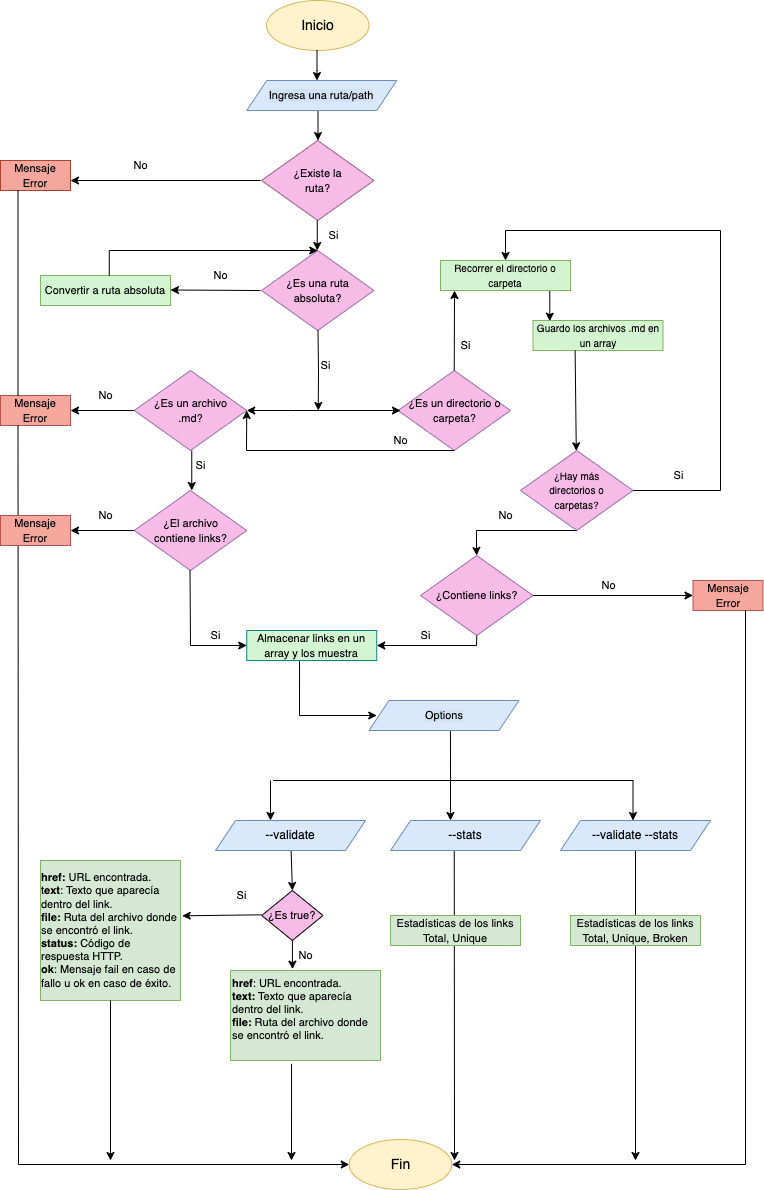
Above: images/diagramadeflujo.png in claudiaoj/DEV007-md-links (draw.io), before the change. Source tidied: cells renumbered, new cells last; positions are measured from the earlier drawing's top-left corner, leaving out a move shared by most shapes.
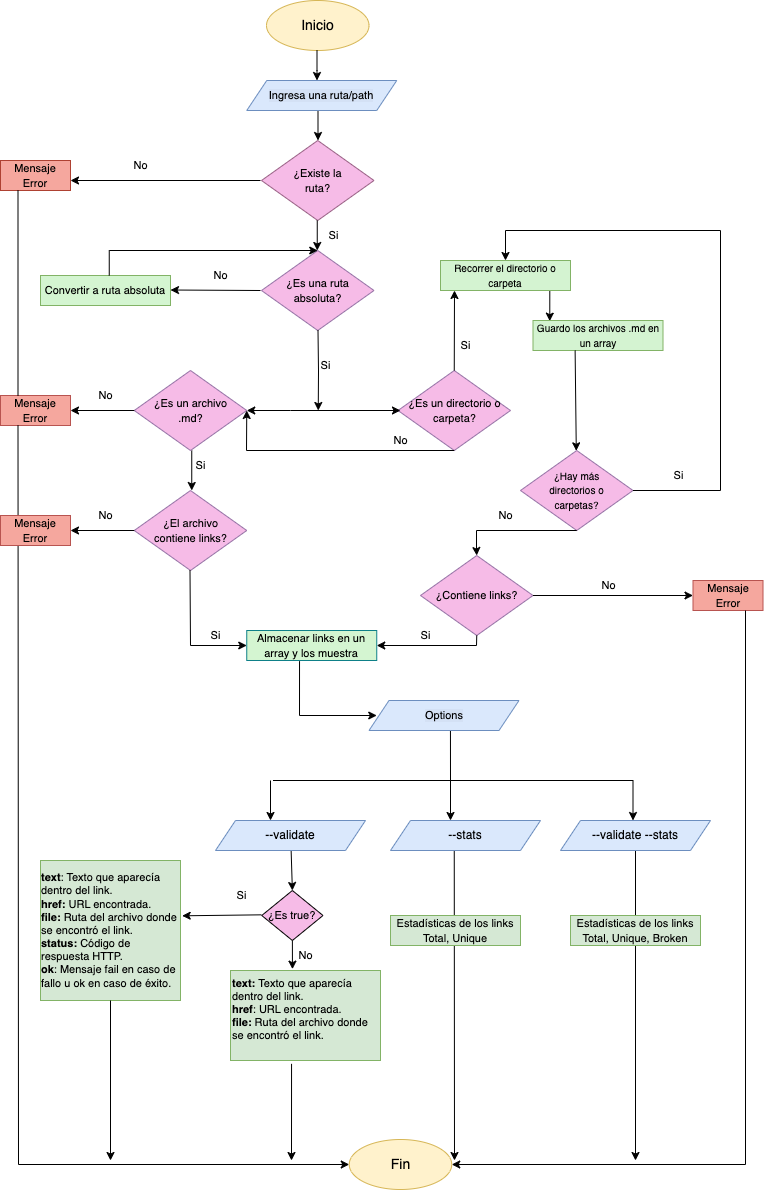
After the commit.

Commit message:
cambia orden cli y df

Diff of the diagram source:
```diff
@@ -174,10 +174,10 @@
         <mxPoint x="261" y="914.3" as="sourcePoint" />
       </mxGeometry>
     </mxCell>
-    <mxCell id="42" value="&lt;div style=&quot;border-color: var(--border-color); color: rgb(0, 0, 0); font-family: Helvetica; font-style: normal; font-variant-ligatures: normal; font-variant-caps: normal; font-weight: 400; letter-spacing: normal; orphans: 2; text-align: left; text-indent: 0px; text-transform: none; widows: 2; word-spacing: 0px; -webkit-text-stroke-width: 0px; text-decoration-thickness: initial; text-decoration-style: initial; text-decoration-color: initial; font-size: 11px;&quot;&gt;&lt;font style=&quot;border-color: var(--border-color); font-size: 11px; background-color: rgb(213, 232, 212);&quot;&gt;&lt;b style=&quot;border-color: var(--border-color);&quot;&gt;href:&lt;span style=&quot;border-color: var(--border-color);&quot;&gt;&amp;nbsp;&lt;/span&gt;&lt;/b&gt;&lt;span style=&quot;border-color: var(--border-color);&quot;&gt;URL encontrada.&lt;/span&gt;&lt;/font&gt;&lt;/div&gt;&lt;font style=&quot;border-color: var(--border-color); color: rgb(0, 0, 0); font-family: Helvetica; font-style: normal; font-variant-ligatures: normal; font-variant-caps: normal; font-weight: 400; letter-spacing: normal; orphans: 2; text-align: left; text-indent: 0px; text-transform: none; widows: 2; word-spacing: 0px; -webkit-text-stroke-width: 0px; text-decoration-thickness: initial; text-decoration-style: initial; text-decoration-color: initial; background-color: rgb(251, 251, 251); font-size: 11px;&quot;&gt;&lt;span style=&quot;border-color: var(--border-color); background-color: initial;&quot;&gt;&lt;div style=&quot;border-color: var(--border-color);&quot;&gt;&lt;span style=&quot;border-color: var(--border-color); background-color: initial;&quot;&gt;t&lt;/span&gt;&lt;b style=&quot;border-color: var(--border-color); background-color: initial;&quot;&gt;ext&lt;/b&gt;&lt;span style=&quot;border-color: var(--border-color); background-color: initial;&quot;&gt;: Texto que aparecía dentro del link.&lt;/span&gt;&lt;/div&gt;&lt;/span&gt;&lt;b style=&quot;border-color: var(--border-color); background-color: initial;&quot;&gt;&lt;div style=&quot;border-color: var(--border-color);&quot;&gt;&lt;b style=&quot;border-color: var(--border-color); background-color: initial;&quot;&gt;file:&lt;/b&gt;&lt;span style=&quot;border-color: var(--border-color); background-color: initial; font-weight: normal;&quot;&gt;&lt;span style=&quot;border-color: var(--border-color);&quot;&gt;&amp;nbsp;&lt;/span&gt;Ruta del archivo donde se encontró el link.&lt;/span&gt;&lt;/div&gt;&lt;/b&gt;&lt;b style=&quot;border-color: var(--border-color); background-color: initial;&quot;&gt;&lt;div style=&quot;border-color: var(--border-color);&quot;&gt;&lt;b style=&quot;border-color: var(--border-color); background-color: initial;&quot;&gt;status:&lt;/b&gt;&lt;span style=&quot;border-color: var(--border-color); background-color: initial; font-weight: normal;&quot;&gt;&lt;span style=&quot;border-color: var(--border-color);&quot;&gt;&amp;nbsp;&lt;/span&gt;Código de respuesta HTTP.&lt;/span&gt;&lt;/div&gt;&lt;/b&gt;&lt;b style=&quot;border-color: var(--border-color); background-color: initial;&quot;&gt;&lt;div style=&quot;border-color: var(--border-color);&quot;&gt;&lt;b style=&quot;border-color: var(--border-color); background-color: initial;&quot;&gt;ok&lt;/b&gt;&lt;span style=&quot;border-color: var(--border-color); background-color: initial; font-weight: normal;&quot;&gt;: Mensaje fail en caso de fallo u ok en caso de éxito.&lt;/span&gt;&lt;/div&gt;&lt;/b&gt;&lt;/font&gt;" style="whiteSpace=wrap;html=1;fillColor=#d5e8d4;strokeColor=#82b366;gradientColor=none;" parent="1" vertex="1">
+    <mxCell id="42" value="&lt;div style=&quot;border-color: var(--border-color); color: rgb(0, 0, 0); font-family: Helvetica; font-style: normal; font-variant-ligatures: normal; font-variant-caps: normal; font-weight: 400; letter-spacing: normal; orphans: 2; text-align: left; text-indent: 0px; text-transform: none; widows: 2; word-spacing: 0px; -webkit-text-stroke-width: 0px; text-decoration-thickness: initial; text-decoration-style: initial; text-decoration-color: initial; font-size: 11px;&quot;&gt;&lt;font style=&quot;border-color: var(--border-color); font-size: 11px; background-color: rgb(213, 232, 212);&quot;&gt;&lt;b style=&quot;border-color: var(--border-color);&quot;&gt;t&lt;b style=&quot;border-color: var(--border-color); background-color: initial;&quot;&gt;ext&lt;/b&gt;&lt;span style=&quot;border-color: var(--border-color); font-weight: 400; background-color: initial;&quot;&gt;: Texto que aparecía dentro del link.&lt;/span&gt;&lt;br&gt;&lt;/b&gt;&lt;/font&gt;&lt;/div&gt;&lt;div style=&quot;border-color: var(--border-color); color: rgb(0, 0, 0); font-family: Helvetica; font-style: normal; font-variant-ligatures: normal; font-variant-caps: normal; font-weight: 400; letter-spacing: normal; orphans: 2; text-align: left; text-indent: 0px; text-transform: none; widows: 2; word-spacing: 0px; -webkit-text-stroke-width: 0px; text-decoration-thickness: initial; text-decoration-style: initial; text-decoration-color: initial; font-size: 11px;&quot;&gt;&lt;font style=&quot;border-color: var(--border-color); font-size: 11px; background-color: rgb(213, 232, 212);&quot;&gt;&lt;b style=&quot;border-color: var(--border-color);&quot;&gt;href:&lt;span style=&quot;border-color: var(--border-color);&quot;&gt;&amp;nbsp;&lt;/span&gt;&lt;/b&gt;&lt;span style=&quot;border-color: var(--border-color);&quot;&gt;URL encontrada.&lt;/span&gt;&lt;/font&gt;&lt;/div&gt;&lt;font style=&quot;border-color: var(--border-color); color: rgb(0, 0, 0); font-family: Helvetica; font-style: normal; font-variant-ligatures: normal; font-variant-caps: normal; font-weight: 400; letter-spacing: normal; orphans: 2; text-align: left; text-indent: 0px; text-transform: none; widows: 2; word-spacing: 0px; -webkit-text-stroke-width: 0px; text-decoration-thickness: initial; text-decoration-style: initial; text-decoration-color: initial; background-color: rgb(251, 251, 251); font-size: 11px;&quot;&gt;&lt;b style=&quot;border-color: var(--border-color); background-color: initial;&quot;&gt;&lt;div style=&quot;border-color: var(--border-color);&quot;&gt;&lt;b style=&quot;border-color: var(--border-color); background-color: initial;&quot;&gt;file:&lt;/b&gt;&lt;span style=&quot;border-color: var(--border-color); background-color: initial; font-weight: normal;&quot;&gt;&lt;span style=&quot;border-color: var(--border-color);&quot;&gt;&amp;nbsp;&lt;/span&gt;Ruta del archivo donde se encontró el link.&lt;/span&gt;&lt;/div&gt;&lt;/b&gt;&lt;b style=&quot;border-color: var(--border-color); background-color: initial;&quot;&gt;&lt;div style=&quot;border-color: var(--border-color);&quot;&gt;&lt;b style=&quot;border-color: var(--border-color); background-color: initial;&quot;&gt;status:&lt;/b&gt;&lt;span style=&quot;border-color: var(--border-color); background-color: initial; font-weight: normal;&quot;&gt;&lt;span style=&quot;border-color: var(--border-color);&quot;&gt;&amp;nbsp;&lt;/span&gt;Código de respuesta HTTP.&lt;/span&gt;&lt;/div&gt;&lt;/b&gt;&lt;b style=&quot;border-color: var(--border-color); background-color: initial;&quot;&gt;&lt;div style=&quot;border-color: var(--border-color);&quot;&gt;&lt;b style=&quot;border-color: var(--border-color); background-color: initial;&quot;&gt;ok&lt;/b&gt;&lt;span style=&quot;border-color: var(--border-color); background-color: initial; font-weight: normal;&quot;&gt;: Mensaje fail en caso de fallo u ok en caso de éxito.&lt;/span&gt;&lt;/div&gt;&lt;/b&gt;&lt;/font&gt;" style="whiteSpace=wrap;html=1;fillColor=#d5e8d4;strokeColor=#82b366;gradientColor=none;" parent="1" vertex="1">
       <mxGeometry x="40" y="860" width="140" height="140" as="geometry" />
     </mxCell>
-    <mxCell id="43" value="&lt;p style=&quot;margin: 0cm; font-size: 11px;&quot; class=&quot;MsoNormal&quot;&gt;&lt;/p&gt;&lt;div style=&quot;font-size: 11px;&quot;&gt;&lt;p style=&quot;margin: 0cm; font-family: Calibri, sans-serif;&quot; class=&quot;MsoNormal&quot;&gt;&lt;b&gt;href&lt;/b&gt;: URL encontrada.&lt;/p&gt;&lt;p style=&quot;margin: 0cm; font-family: Calibri, sans-serif;&quot; class=&quot;MsoNormal&quot;&gt;&lt;span lang=&quot;ES&quot;&gt;&lt;b&gt;text:&lt;/b&gt; Texto que aparecía dentro del link.&lt;/span&gt;&lt;/p&gt;&lt;p style=&quot;margin: 0cm; font-family: Calibri, sans-serif;&quot; class=&quot;MsoNormal&quot;&gt;&lt;span lang=&quot;ES&quot;&gt;&lt;b&gt;file:&lt;/b&gt; Ruta del archivo donde se encontró el link.&lt;/span&gt;&lt;/p&gt;&lt;/div&gt;&lt;p&gt;&lt;/p&gt;" style="rounded=0;whiteSpace=wrap;html=1;align=left;fillColor=#d5e8d4;strokeColor=#82b366;" parent="1" vertex="1">
+    <mxCell id="43" value="&lt;p style=&quot;margin: 0cm; font-size: 11px;&quot; class=&quot;MsoNormal&quot;&gt;&lt;/p&gt;&lt;div style=&quot;font-size: 11px;&quot;&gt;&lt;p style=&quot;margin: 0cm; font-family: Calibri, sans-serif;&quot; class=&quot;MsoNormal&quot;&gt;&lt;b style=&quot;border-color: var(--border-color);&quot;&gt;text:&lt;/b&gt;&amp;nbsp;Texto que aparecía dentro del link.&lt;b&gt;&lt;br&gt;&lt;/b&gt;&lt;/p&gt;&lt;p style=&quot;margin: 0cm; font-family: Calibri, sans-serif;&quot; class=&quot;MsoNormal&quot;&gt;&lt;b&gt;href&lt;/b&gt;: URL encontrada.&lt;/p&gt;&lt;p style=&quot;margin: 0cm; font-family: Calibri, sans-serif;&quot; class=&quot;MsoNormal&quot;&gt;&lt;span lang=&quot;ES&quot;&gt;&lt;b&gt;file:&lt;/b&gt; Ruta del archivo donde se encontró el link.&lt;/span&gt;&lt;/p&gt;&lt;/div&gt;&lt;p&gt;&lt;/p&gt;" style="rounded=0;whiteSpace=wrap;html=1;align=left;fillColor=#d5e8d4;strokeColor=#82b366;" parent="1" vertex="1">
       <mxGeometry x="230" y="970" width="150" height="90" as="geometry" />
     </mxCell>
     <mxCell id="44" style="endArrow=classic;html=1;rounded=0;exitX=0.5;exitY=1;exitDx=0;exitDy=0;" parent="1" edge="1">
```
